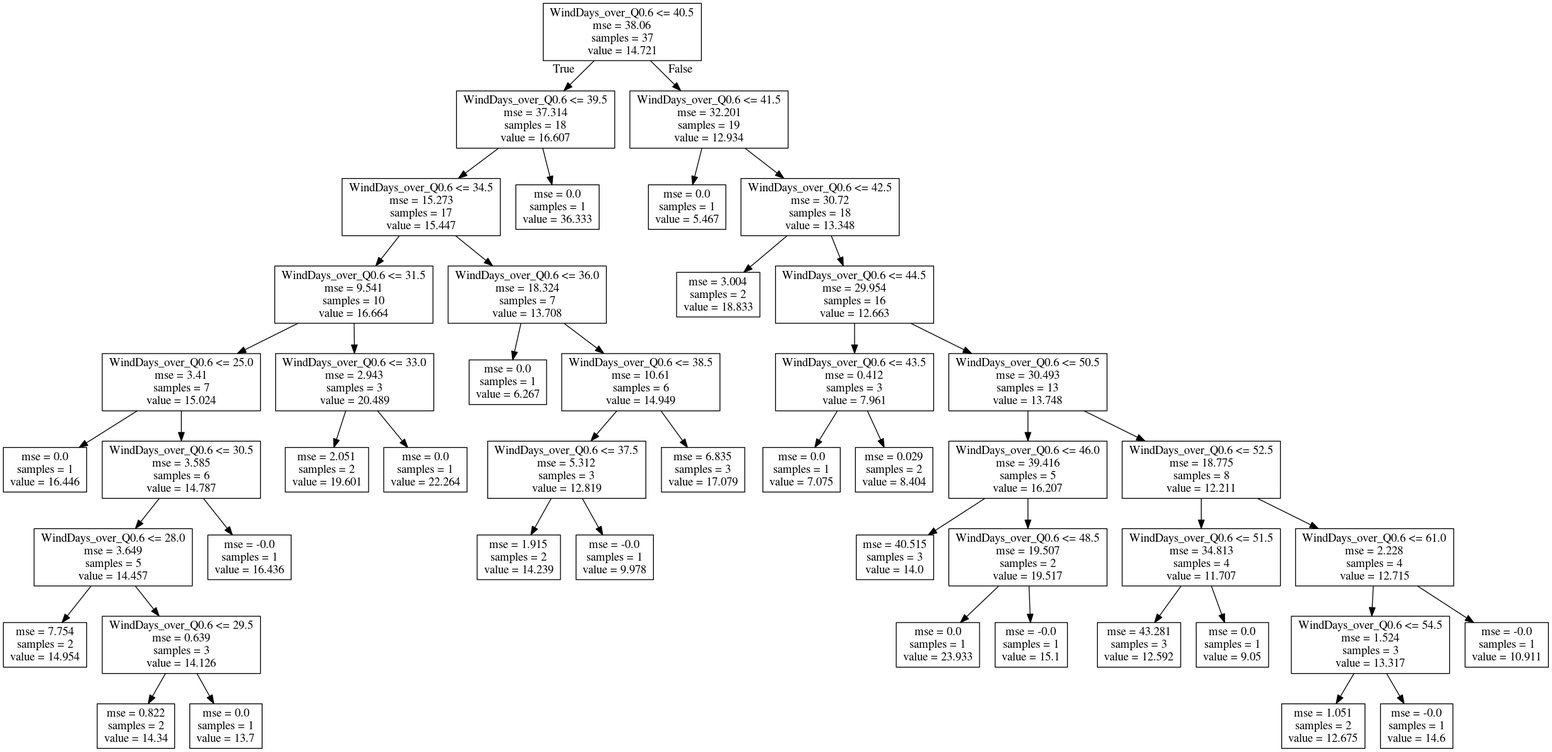
Earlier version of the Graphviz export Norway_Morsa/Model_Development/Figures/Discretization_regTrees/summ_chla-WindDays_over_Q0.6.png (icra/WATExR). Its source is kept beside it as Norway_Morsa/Model_Development/Figures/Discretization_regTrees/summ_chla-WindDays_over_Q0.6.dot. The source it was exported from:
```dot
digraph Tree {
node [shape=box] ;
0 [label="WindDays_over_Q0.6 <= 40.5\nmse = 38.06\nsamples = 37\nvalue = 14.721"] ;
1 [label="WindDays_over_Q0.6 <= 39.5\nmse = 37.314\nsamples = 18\nvalue = 16.607"] ;
0 -> 1 [labeldistance=2.5, labelangle=45, headlabel="True"] ;
2 [label="WindDays_over_Q0.6 <= 34.5\nmse = 15.273\nsamples = 17\nvalue = 15.447"] ;
1 -> 2 ;
3 [label="WindDays_over_Q0.6 <= 31.5\nmse = 9.541\nsamples = 10\nvalue = 16.664"] ;
2 -> 3 ;
4 [label="WindDays_over_Q0.6 <= 25.0\nmse = 3.41\nsamples = 7\nvalue = 15.024"] ;
3 -> 4 ;
5 [label="mse = 0.0\nsamples = 1\nvalue = 16.446"] ;
4 -> 5 ;
6 [label="WindDays_over_Q0.6 <= 30.5\nmse = 3.585\nsamples = 6\nvalue = 14.787"] ;
4 -> 6 ;
7 [label="WindDays_over_Q0.6 <= 28.0\nmse = 3.649\nsamples = 5\nvalue = 14.457"] ;
6 -> 7 ;
8 [label="mse = 7.754\nsamples = 2\nvalue = 14.954"] ;
7 -> 8 ;
9 [label="WindDays_over_Q0.6 <= 29.5\nmse = 0.639\nsamples = 3\nvalue = 14.126"] ;
7 -> 9 ;
10 [label="mse = 0.822\nsamples = 2\nvalue = 14.34"] ;
9 -> 10 ;
11 [label="mse = 0.0\nsamples = 1\nvalue = 13.7"] ;
9 -> 11 ;
12 [label="mse = -0.0\nsamples = 1\nvalue = 16.436"] ;
6 -> 12 ;
13 [label="WindDays_over_Q0.6 <= 33.0\nmse = 2.943\nsamples = 3\nvalue = 20.489"] ;
3 -> 13 ;
14 [label="mse = 2.051\nsamples = 2\nvalue = 19.601"] ;
13 -> 14 ;
15 [label="mse = 0.0\nsamples = 1\nvalue = 22.264"] ;
13 -> 15 ;
16 [label="WindDays_over_Q0.6 <= 36.0\nmse = 18.324\nsamples = 7\nvalue = 13.708"] ;
2 -> 16 ;
17 [label="mse = 0.0\nsamples = 1\nvalue = 6.267"] ;
16 -> 17 ;
18 [label="WindDays_over_Q0.6 <= 38.5\nmse = 10.61\nsamples = 6\nvalue = 14.949"] ;
16 -> 18 ;
19 [label="WindDays_over_Q0.6 <= 37.5\nmse = 5.312\nsamples = 3\nvalue = 12.819"] ;
18 -> 19 ;
20 [label="mse = 1.915\nsamples = 2\nvalue = 14.239"] ;
19 -> 20 ;
21 [label="mse = -0.0\nsamples = 1\nvalue = 9.978"] ;
19 -> 21 ;
22 [label="mse = 6.835\nsamples = 3\nvalue = 17.079"] ;
18 -> 22 ;
23 [label="mse = 0.0\nsamples = 1\nvalue = 36.333"] ;
1 -> 23 ;
24 [label="WindDays_over_Q0.6 <= 41.5\nmse = 32.201\nsamples = 19\nvalue = 12.934"] ;
0 -> 24 [labeldistance=2.5, labelangle=-45, headlabel="False"] ;
25 [label="mse = 0.0\nsamples = 1\nvalue = 5.467"] ;
24 -> 25 ;
26 [label="WindDays_over_Q0.6 <= 42.5\nmse = 30.72\nsamples = 18\nvalue = 13.348"] ;
24 -> 26 ;
27 [label="mse = 3.004\nsamples = 2\nvalue = 18.833"] ;
26 -> 27 ;
28 [label="WindDays_over_Q0.6 <= 44.5\nmse = 29.954\nsamples = 16\nvalue = 12.663"] ;
26 -> 28 ;
29 [label="WindDays_over_Q0.6 <= 43.5\nmse = 0.412\nsamples = 3\nvalue = 7.961"] ;
28 -> 29 ;
30 [label="mse = 0.0\nsamples = 1\nvalue = 7.075"] ;
29 -> 30 ;
31 [label="mse = 0.029\nsamples = 2\nvalue = 8.404"] ;
29 -> 31 ;
32 [label="WindDays_over_Q0.6 <= 50.5\nmse = 30.493\nsamples = 13\nvalue = 13.748"] ;
28 -> 32 ;
33 [label="WindDays_over_Q0.6 <= 46.0\nmse = 39.416\nsamples = 5\nvalue = 16.207"] ;
32 -> 33 ;
34 [label="mse = 40.515\nsamples = 3\nvalue = 14.0"] ;
33 -> 34 ;
35 [label="WindDays_over_Q0.6 <= 48.5\nmse = 19.507\nsamples = 2\nvalue = 19.517"] ;
33 -> 35 ;
36 [label="mse = 0.0\nsamples = 1\nvalue = 23.933"] ;
35 -> 36 ;
37 [label="mse = -0.0\nsamples = 1\nvalue = 15.1"] ;
35 -> 37 ;
38 [label="WindDays_over_Q0.6 <= 52.5\nmse = 18.775\nsamples = 8\nvalue = 12.211"] ;
32 -> 38 ;
39 [label="WindDays_over_Q0.6 <= 51.5\nmse = 34.813\nsamples = 4\nvalue = 11.707"] ;
38 -> 39 ;
40 [label="mse = 43.281\nsamples = 3\nvalue = 12.592"] ;
39 -> 40 ;
41 [label="mse = 0.0\nsamples = 1\nvalue = 9.05"] ;
39 -> 41 ;
42 [label="WindDays_over_Q0.6 <= 61.0\nmse = 2.228\nsamples = 4\nvalue = 12.715"] ;
38 -> 42 ;
43 [label="WindDays_over_Q0.6 <= 54.5\nmse = 1.524\nsamples = 3\nvalue = 13.317"] ;
42 -> 43 ;
44 [label="mse = 1.051\nsamples = 2\nvalue = 12.675"] ;
43 -> 44 ;
45 [label="mse = -0.0\nsamples = 1\nvalue = 14.6"] ;
43 -> 45 ;
46 [label="mse = -0.0\nsamples = 1\nvalue = 10.911"] ;
42 -> 46 ;
}
```
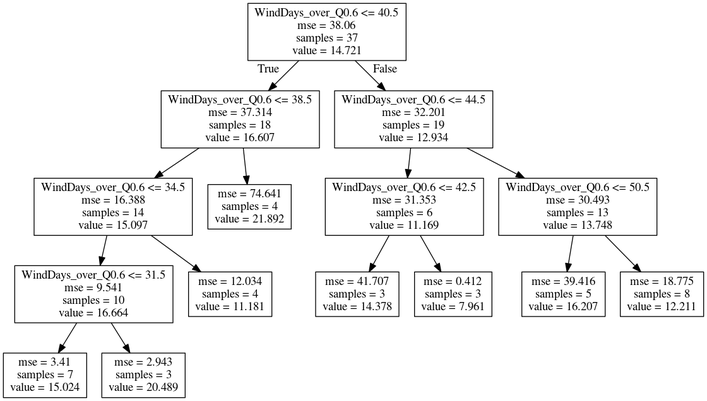
The same file after the commit.

Change to the diagram source:
```diff
@@ -1,96 +1,32 @@
 digraph Tree {
 node [shape=box] ;
 0 [label="WindDays_over_Q0.6 <= 40.5\nmse = 38.06\nsamples = 37\nvalue = 14.721"] ;
-1 [label="WindDays_over_Q0.6 <= 39.5\nmse = 37.314\nsamples = 18\nvalue = 16.607"] ;
+1 [label="WindDays_over_Q0.6 <= 38.5\nmse = 37.314\nsamples = 18\nvalue = 16.607"] ;
 0 -> 1 [labeldistance=2.5, labelangle=45, headlabel="True"] ;
-2 [label="WindDays_over_Q0.6 <= 34.5\nmse = 15.273\nsamples = 17\nvalue = 15.447"] ;
-1 -> 2 ;
-3 [label="WindDays_over_Q0.6 <= 31.5\nmse = 9.541\nsamples = 10\nvalue = 16.664"] ;
-2 -> 3 ;
-4 [label="WindDays_over_Q0.6 <= 25.0\nmse = 3.41\nsamples = 7\nvalue = 15.024"] ;
-3 -> 4 ;
-5 [label="mse = 0.0\nsamples = 1\nvalue = 16.446"] ;
-4 -> 5 ;
-6 [label="WindDays_over_Q0.6 <= 30.5\nmse = 3.585\nsamples = 6\nvalue = 14.787"] ;
-4 -> 6 ;
-7 [label="WindDays_over_Q0.6 <= 28.0\nmse = 3.649\nsamples = 5\nvalue = 14.457"] ;
-6 -> 7 ;
-8 [label="mse = 7.754\nsamples = 2\nvalue = 14.954"] ;
-7 -> 8 ;
-9 [label="WindDays_over_Q0.6 <= 29.5\nmse = 0.639\nsamples = 3\nvalue = 14.126"] ;
-7 -> 9 ;
-10 [label="mse = 0.822\nsamples = 2\nvalue = 14.34"] ;
-9 -> 10 ;
-11 [label="mse = 0.0\nsamples = 1\nvalue = 13.7"] ;
+3 [label="WindDays_over_Q0.6 <= 34.5\nmse = 16.388\nsamples = 14\nvalue = 15.097"] ;
+1 -> 3 ;
+5 [label="WindDays_over_Q0.6 <= 31.5\nmse = 9.541\nsamples = 10\nvalue = 16.664"] ;
+3 -> 5 ;
+7 [label="mse = 3.41\nsamples = 7\nvalue = 15.024"] ;
+5 -> 7 ;
+8 [label="mse = 2.943\nsamples = 3\nvalue = 20.489"] ;
+5 -> 8 ;
+6 [label="mse = 12.034\nsamples = 4\nvalue = 11.181"] ;
+3 -> 6 ;
+4 [label="mse = 74.641\nsamples = 4\nvalue = 21.892"] ;
+1 -> 4 ;
+2 [label="WindDays_over_Q0.6 <= 44.5\nmse = 32.201\nsamples = 19\nvalue = 12.934"] ;
+0 -> 2 [labeldistance=2.5, labelangle=-45, headlabel="False"] ;
+9 [label="WindDays_over_Q0.6 <= 42.5\nmse = 31.353\nsamples = 6\nvalue = 11.169"] ;
+2 -> 9 ;
+11 [label="mse = 41.707\nsamples = 3\nvalue = 14.378"] ;
 9 -> 11 ;
-12 [label="mse = -0.0\nsamples = 1\nvalue = 16.436"] ;
-6 -> 12 ;
-13 [label="WindDays_over_Q0.6 <= 33.0\nmse = 2.943\nsamples = 3\nvalue = 20.489"] ;
-3 -> 13 ;
-14 [label="mse = 2.051\nsamples = 2\nvalue = 19.601"] ;
-13 -> 14 ;
-15 [label="mse = 0.0\nsamples = 1\nvalue = 22.264"] ;
-13 -> 15 ;
-16 [label="WindDays_over_Q0.6 <= 36.0\nmse = 18.324\nsamples = 7\nvalue = 13.708"] ;
-2 -> 16 ;
-17 [label="mse = 0.0\nsamples = 1\nvalue = 6.267"] ;
-16 -> 17 ;
-18 [label="WindDays_over_Q0.6 <= 38.5\nmse = 10.61\nsamples = 6\nvalue = 14.949"] ;
-16 -> 18 ;
-19 [label="WindDays_over_Q0.6 <= 37.5\nmse = 5.312\nsamples = 3\nvalue = 12.819"] ;
-18 -> 19 ;
-20 [label="mse = 1.915\nsamples = 2\nvalue = 14.239"] ;
-19 -> 20 ;
-21 [label="mse = -0.0\nsamples = 1\nvalue = 9.978"] ;
-19 -> 21 ;
-22 [label="mse = 6.835\nsamples = 3\nvalue = 17.079"] ;
-18 -> 22 ;
-23 [label="mse = 0.0\nsamples = 1\nvalue = 36.333"] ;
-1 -> 23 ;
-24 [label="WindDays_over_Q0.6 <= 41.5\nmse = 32.201\nsamples = 19\nvalue = 12.934"] ;
-0 -> 24 [labeldistance=2.5, labelangle=-45, headlabel="False"] ;
-25 [label="mse = 0.0\nsamples = 1\nvalue = 5.467"] ;
-24 -> 25 ;
-26 [label="WindDays_over_Q0.6 <= 42.5\nmse = 30.72\nsamples = 18\nvalue = 13.348"] ;
-24 -> 26 ;
-27 [label="mse = 3.004\nsamples = 2\nvalue = 18.833"] ;
-26 -> 27 ;
-28 [label="WindDays_over_Q0.6 <= 44.5\nmse = 29.954\nsamples = 16\nvalue = 12.663"] ;
-26 -> 28 ;
-29 [label="WindDays_over_Q0.6 <= 43.5\nmse = 0.412\nsamples = 3\nvalue = 7.961"] ;
-28 -> 29 ;
-30 [label="mse = 0.0\nsamples = 1\nvalue = 7.075"] ;
-29 -> 30 ;
-31 [label="mse = 0.029\nsamples = 2\nvalue = 8.404"] ;
-29 -> 31 ;
-32 [label="WindDays_over_Q0.6 <= 50.5\nmse = 30.493\nsamples = 13\nvalue = 13.748"] ;
-28 -> 32 ;
-33 [label="WindDays_over_Q0.6 <= 46.0\nmse = 39.416\nsamples = 5\nvalue = 16.207"] ;
-32 -> 33 ;
-34 [label="mse = 40.515\nsamples = 3\nvalue = 14.0"] ;
-33 -> 34 ;
-35 [label="WindDays_over_Q0.6 <= 48.5\nmse = 19.507\nsamples = 2\nvalue = 19.517"] ;
-33 -> 35 ;
-36 [label="mse = 0.0\nsamples = 1\nvalue = 23.933"] ;
-35 -> 36 ;
-37 [label="mse = -0.0\nsamples = 1\nvalue = 15.1"] ;
-35 -> 37 ;
-38 [label="WindDays_over_Q0.6 <= 52.5\nmse = 18.775\nsamples = 8\nvalue = 12.211"] ;
-32 -> 38 ;
-39 [label="WindDays_over_Q0.6 <= 51.5\nmse = 34.813\nsamples = 4\nvalue = 11.707"] ;
-38 -> 39 ;
-40 [label="mse = 43.281\nsamples = 3\nvalue = 12.592"] ;
-39 -> 40 ;
-41 [label="mse = 0.0\nsamples = 1\nvalue = 9.05"] ;
-39 -> 41 ;
-42 [label="WindDays_over_Q0.6 <= 61.0\nmse = 2.228\nsamples = 4\nvalue = 12.715"] ;
-38 -> 42 ;
-43 [label="WindDays_over_Q0.6 <= 54.5\nmse = 1.524\nsamples = 3\nvalue = 13.317"] ;
-42 -> 43 ;
-44 [label="mse = 1.051\nsamples = 2\nvalue = 12.675"] ;
-43 -> 44 ;
-45 [label="mse = -0.0\nsamples = 1\nvalue = 14.6"] ;
-43 -> 45 ;
-46 [label="mse = -0.0\nsamples = 1\nvalue = 10.911"] ;
-42 -> 46 ;
+12 [label="mse = 0.412\nsamples = 3\nvalue = 7.961"] ;
+9 -> 12 ;
+10 [label="WindDays_over_Q0.6 <= 50.5\nmse = 30.493\nsamples = 13\nvalue = 13.748"] ;
+2 -> 10 ;
+13 [label="mse = 39.416\nsamples = 5\nvalue = 16.207"] ;
+10 -> 13 ;
+14 [label="mse = 18.775\nsamples = 8\nvalue = 12.211"] ;
+10 -> 14 ;
 }
```
